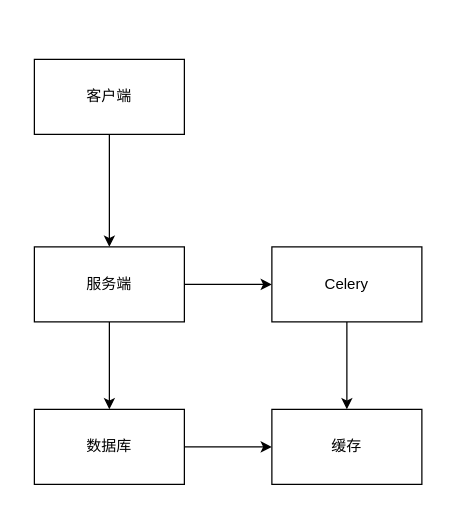
The draw.io diagram weblate架构.drawio in weijiang1994/draw-io, before the edit. Source tidied: cells renumbered, new cells numbered last; positions are measured from the earlier drawing's top-left corner, leaving out a move shared by most shapes. Both pictures are drawn from the tidied source at 125%, with x=0, y=0 at pixel (34, 59).
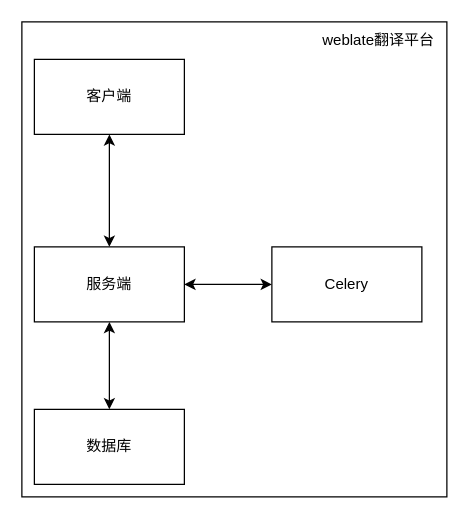
Above is the later version.

Change to the diagram source:
```diff
@@
 <mxGraphModel>
   <root>
     <mxCell id="0" />
     <mxCell id="1" parent="0" />
+    <mxCell id="12" style="group;" parent="1" vertex="1">
+      <mxGeometry x="-10" y="-30" width="340" height="380" as="geometry" />
+    </mxCell>
+    <mxCell id="13" style="rounded=0;whiteSpace=wrap;html=1;" parent="12" vertex="1">
+      <mxGeometry width="340" height="380" as="geometry" />
+    </mxCell>
+    <mxCell id="3" value="客户端" style="rounded=0;whiteSpace=wrap;html=1;" parent="12" vertex="1">
+      <mxGeometry x="10" y="30" width="120" height="60" as="geometry" />
+    </mxCell>
+    <mxCell id="6" value="服务端" style="rounded=0;whiteSpace=wrap;html=1;" parent="12" vertex="1">
+      <mxGeometry x="10" y="180" width="120" height="60" as="geometry" />
+    </mxCell>
-    <mxCell id="2" style="edgeStyle=orthogonalEdgeStyle;rounded=0;jettySize=auto;html=1;exitX=0.5;exitY=1;exitDx=0;exitDy=0;entryX=0.5;entryY=0;entryDx=0;entryDy=0;" parent="1" edge="1" source="3" target="6">
+    <mxCell id="2" style="edgeStyle=orthogonalEdgeStyle;rounded=0;jettySize=auto;html=1;exitX=0.5;exitY=1;exitDx=0;exitDy=0;entryX=0.5;entryY=0;entryDx=0;entryDy=0;startArrow=classic;startFill=1;" parent="12" edge="1" source="3" target="6">
       <mxGeometry relative="1" as="geometry" />
     </mxCell>
-    <mxCell id="3" value="客户端" style="rounded=0;whiteSpace=wrap;html=1;" parent="1" vertex="1">
-      <mxGeometry width="120" height="60" as="geometry" />
-    </mxCell>
+    <mxCell id="8" value="Celery" style="rounded=0;whiteSpace=wrap;html=1;" parent="12" vertex="1">
+      <mxGeometry x="200" y="180" width="120" height="60" as="geometry" />
+    </mxCell>
+    <mxCell id="5" style="edgeStyle=orthogonalEdgeStyle;rounded=0;jettySize=auto;html=1;exitX=1;exitY=0.5;exitDx=0;exitDy=0;entryX=0;entryY=0.5;entryDx=0;entryDy=0;startArrow=classic;startFill=1;" parent="12" edge="1" source="6" target="8">
+      <mxGeometry relative="1" as="geometry" />
+    </mxCell>
+    <mxCell id="10" value="数据库" style="rounded=0;whiteSpace=wrap;html=1;" parent="12" vertex="1">
+      <mxGeometry x="10" y="310" width="120" height="60" as="geometry" />
+    </mxCell>
-    <mxCell id="4" style="edgeStyle=orthogonalEdgeStyle;rounded=0;jettySize=auto;html=1;exitX=0.5;exitY=1;exitDx=0;exitDy=0;entryX=0.5;entryY=0;entryDx=0;entryDy=0;" parent="1" edge="1" source="6" target="10">
+    <mxCell id="4" style="edgeStyle=orthogonalEdgeStyle;rounded=0;jettySize=auto;html=1;exitX=0.5;exitY=1;exitDx=0;exitDy=0;entryX=0.5;entryY=0;entryDx=0;entryDy=0;startArrow=classic;startFill=1;" parent="12" edge="1" source="6" target="10">
       <mxGeometry relative="1" as="geometry" />
     </mxCell>
-    <mxCell id="5" style="edgeStyle=orthogonalEdgeStyle;rounded=0;jettySize=auto;html=1;exitX=1;exitY=0.5;exitDx=0;exitDy=0;entryX=0;entryY=0.5;entryDx=0;entryDy=0;" parent="1" edge="1" source="6" target="8">
-      <mxGeometry relative="1" as="geometry" />
-    </mxCell>
-    <mxCell id="6" value="服务端" style="rounded=0;whiteSpace=wrap;html=1;" parent="1" vertex="1">
-      <mxGeometry y="150" width="120" height="60" as="geometry" />
-    </mxCell>
-    <mxCell id="7" style="edgeStyle=orthogonalEdgeStyle;rounded=0;jettySize=auto;html=1;exitX=0.5;exitY=1;exitDx=0;exitDy=0;entryX=0.5;entryY=0;entryDx=0;entryDy=0;" parent="1" edge="1" source="8" target="11">
-      <mxGeometry relative="1" as="geometry" />
-    </mxCell>
-    <mxCell id="8" value="Celery" style="rounded=0;whiteSpace=wrap;html=1;" parent="1" vertex="1">
-      <mxGeometry x="190" y="150" width="120" height="60" as="geometry" />
-    </mxCell>
-    <mxCell id="9" style="edgeStyle=orthogonalEdgeStyle;rounded=0;jettySize=auto;html=1;exitX=1;exitY=0.5;exitDx=0;exitDy=0;entryX=0;entryY=0.5;entryDx=0;entryDy=0;" parent="1" edge="1" source="10" target="11">
-      <mxGeometry relative="1" as="geometry" />
-    </mxCell>
-    <mxCell id="10" value="数据库" style="rounded=0;whiteSpace=wrap;html=1;" parent="1" vertex="1">
-      <mxGeometry y="280" width="120" height="60" as="geometry" />
-    </mxCell>
-    <mxCell id="11" value="缓存" style="rounded=0;whiteSpace=wrap;html=1;" parent="1" vertex="1">
-      <mxGeometry x="190" y="280" width="120" height="60" as="geometry" />
-    </mxCell>
+    <mxCell id="14" value="weblate翻译平台" style="text;html=1;align=center;verticalAlign=middle;strokeColor=none;fillColor=none;" parent="12" vertex="1">
+      <mxGeometry x="230" width="110" height="30" as="geometry" />
+    </mxCell>
   </root>
 </mxGraphModel>
```
